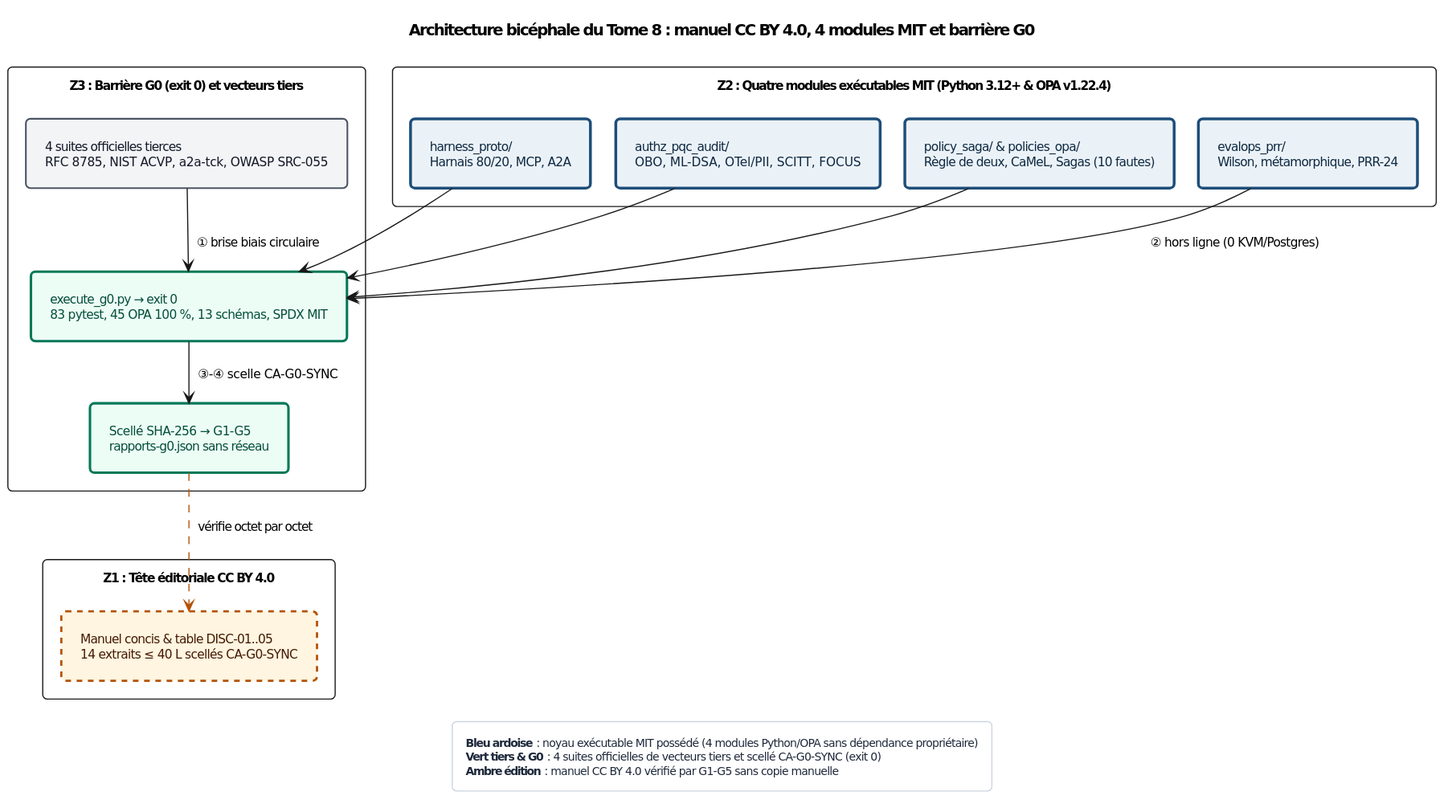
agbruneau/Agentique keeps this PlantUML diagram as Compendium/ouvrage/schemas/rendus/SCH-35-01.svg. Above is the earlier version. Its diagram source:
```plantuml
@startuml
<style>
document {
  BackgroundColor #FFFFFF
}
.det {
  BackgroundColor #EBF2F7
  LineColor #1E4E79
  LineThickness 2.5
  FontColor #0F2942
}
.prob {
  BackgroundColor #FFF5E0
  LineColor #B45309
  LineThickness 2.0
  LineStyle 5
  FontColor #451A03
}
.danger {
  BackgroundColor #FEF2F2
  LineColor #B91C1C
  LineThickness 2.0
  FontColor #7F1D1D
}
.ok {
  BackgroundColor #ECFDF5
  LineColor #047857
  LineThickness 2.2
  FontColor #064E3B
}
.ext {
  BackgroundColor #F3F4F6
  LineColor #4B5563
  LineThickness 1.5
  FontColor #111827
}
package {
  BackgroundColor #F8FAFC
  LineColor #64748B
  LineThickness 1.2
  FontColor #334155
}
legend {
  BackgroundColor #FFFFFF
  LineColor #CBD5E1
  FontColor #1E293B
  FontSize 10
}
</style>
hide stereotype
top to bottom direction
skinparam defaultFontName "DejaVu Sans"
skinparam defaultFontSize 11
skinparam shadowing false
skinparam roundcorner 8
skinparam packageStyle rectangle
skinparam nodesep 22
skinparam ranksep 26
skinparam padding 7

title Architecture bicéphale du Tome 8 : manuel CC BY 4.0, 4 modules MIT et barrière G0
package "Z1 : Tête éditoriale CC BY 4.0" {
  rectangle "Manuel concis & table DISC-01..05\n14 extraits ≤ 40 L scellés CA-G0-SYNC" as MAN <<prob>>
}
package "Z2 : Quatre modules exécutables MIT (Python 3.12+ & OPA v1.22.4)" {
  rectangle "harness_proto/\nHarnais 80/20, MCP, A2A" as M1 <<det>>
  rectangle "authz_pqc_audit/\nOBO, ML-DSA, OTel/PII, SCITT, FOCUS" as M2 <<det>>
  rectangle "policy_saga/ & policies_opa/\nRègle de deux, CaMeL, Sagas (10 fautes)" as M3 <<det>>
  rectangle "evalops_prr/\nWilson, métamorphique, PRR-24" as M4 <<det>>
}
package "Z3 : Barrière G0 (exit 0) et vecteurs tiers" {
  rectangle "4 suites officielles tierces\nRFC 8785, NIST ACVP, a2a-tck, OWASP SRC-055" as VEC <<ext>>
  rectangle "execute_g0.py → exit 0\n83 pytest, 45 OPA 100 %, 13 schémas, SPDX MIT" as G0 <<ok>>
  rectangle "Scellé SHA-256 → G1-G5\nrapports-g0.json sans réseau" as G15 <<ok>>
}
VEC --> G0 : ① brise biais circulaire
M1 --> G0
M2 --> G0
M3 --> G0
M4 --> G0 : ② hors ligne (0 KVM/Postgres)
G0 --> G15 : ③-④ scelle CA-G0-SYNC
G15 .[#B45309].> MAN : vérifie octet par octet
legend bottom
  **Bleu ardoise** : noyau exécutable MIT possédé (4 modules Python/OPA sans dépendance propriétaire)
  **Vert tiers & G0** : 4 suites officielles de vecteurs tiers et scellé CA-G0-SYNC (exit 0)
  **Ambre édition** : manuel CC BY 4.0 vérifié par G1-G5 sans copie manuelle
end legend
@enduml
```
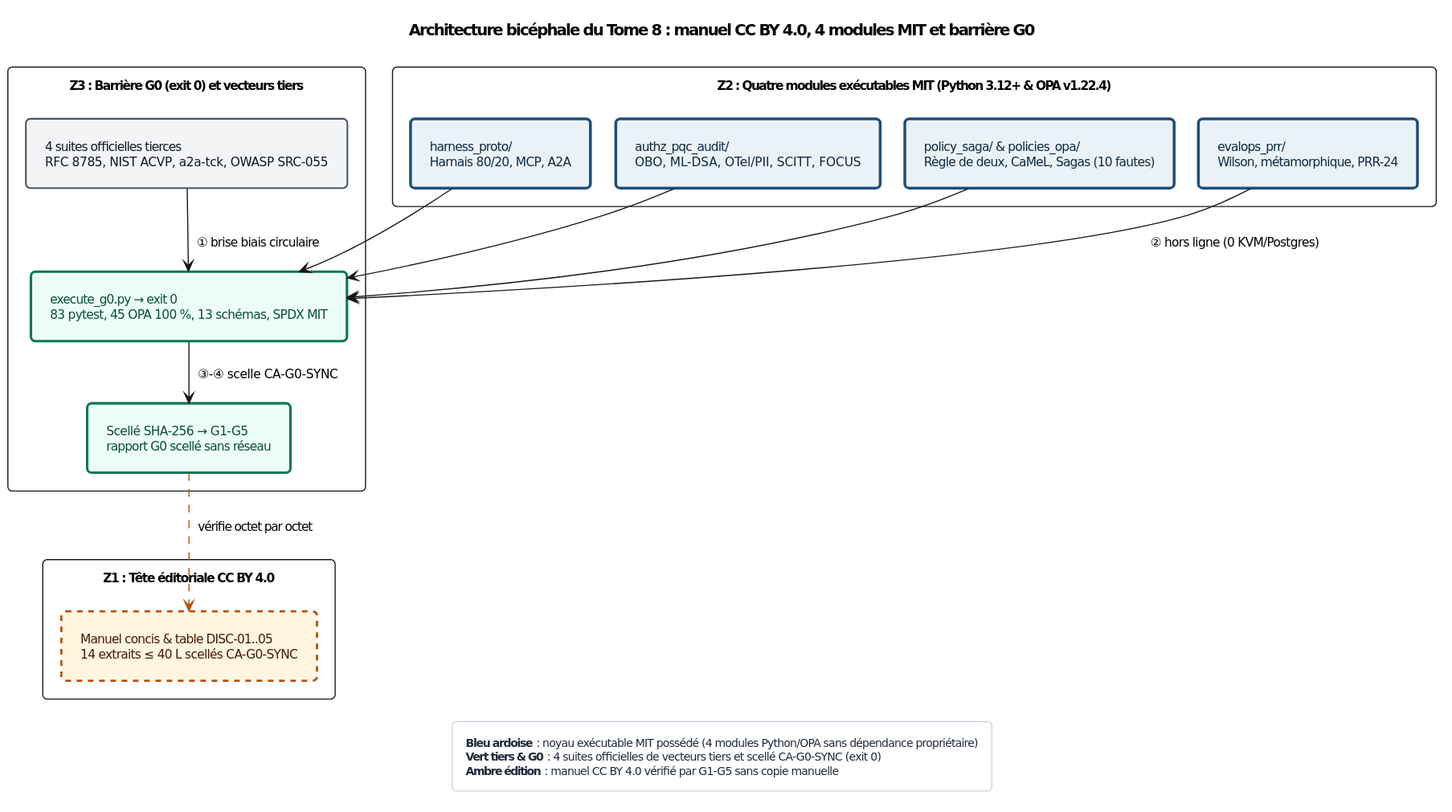
After the commit.

Diff of the diagram source:
```diff
@@ -71,7 +71,7 @@
 package "Z3 : Barrière G0 (exit 0) et vecteurs tiers" {
   rectangle "4 suites officielles tierces\nRFC 8785, NIST ACVP, a2a-tck, OWASP SRC-055" as VEC <<ext>>
   rectangle "execute_g0.py → exit 0\n83 pytest, 45 OPA 100 %, 13 schémas, SPDX MIT" as G0 <<ok>>
-  rectangle "Scellé SHA-256 → G1-G5\nrapports-g0.json sans réseau" as G15 <<ok>>
+  rectangle "Scellé SHA-256 → G1-G5\nrapport G0 scellé sans réseau" as G15 <<ok>>
 }
 VEC --> G0 : ① brise biais circulaire
 M1 --> G0
```
